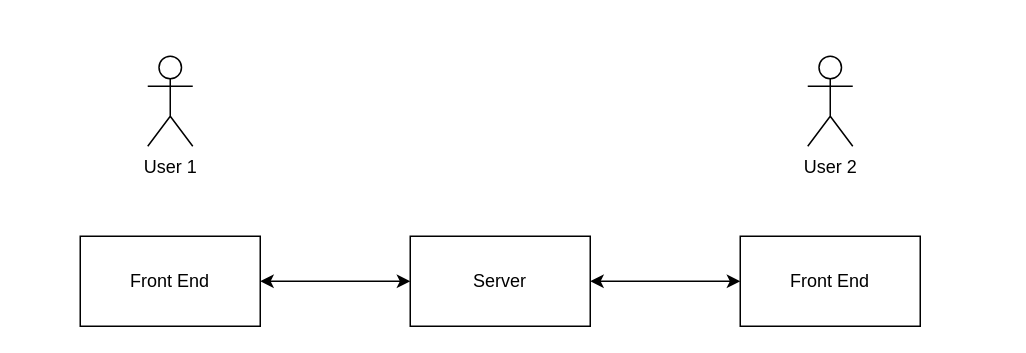
This is Collab.drawio from shaniceng/DrawIODiagrams, a draw.io file, before an edit. Source tidied: cells renumbered, new cells numbered last; positions are measured from the earlier drawing's top-left corner, leaving out a move shared by most shapes. Both pictures are drawn from the tidied source at 150%, with x=0, y=0 at pixel (80, 56).
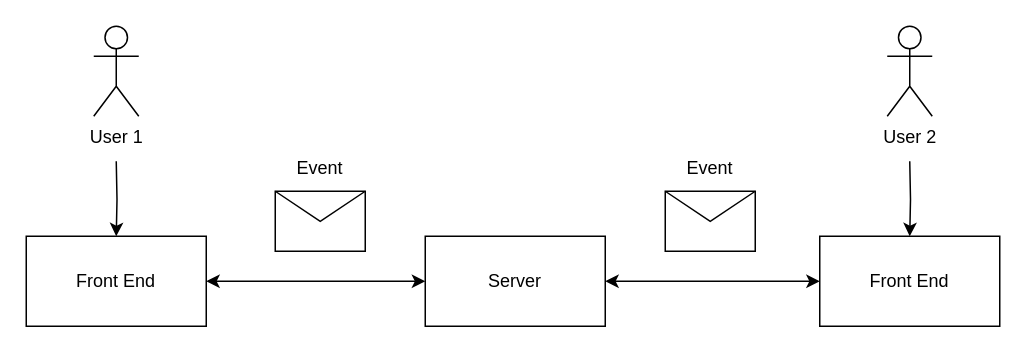
After the change.

Diff of the diagram source:
```diff
@@
 <mxGraphModel>
   <root>
     <mxCell id="0" />
     <mxCell id="1" parent="0" />
     <mxCell id="2" style="edgeStyle=orthogonalEdgeStyle;rounded=0;jettySize=auto;html=1;entryX=0;entryY=0.5;entryDx=0;entryDy=0;startArrow=classic;startFill=1;" parent="1" edge="1" source="3" target="6">
       <mxGeometry relative="1" as="geometry" />
     </mxCell>
     <mxCell id="3" value="Front End" style="rounded=0;whiteSpace=wrap;html=1;" parent="1" vertex="1">
-      <mxGeometry y="120" width="120" height="60" as="geometry" />
+      <mxGeometry x="-36" y="120" width="120" height="60" as="geometry" />
     </mxCell>
     <mxCell id="4" value="Front End" style="rounded=0;whiteSpace=wrap;html=1;" parent="1" vertex="1">
-      <mxGeometry x="440" y="120" width="120" height="60" as="geometry" />
+      <mxGeometry x="493" y="120" width="120" height="60" as="geometry" />
     </mxCell>
-    <mxCell id="5" style="edgeStyle=orthogonalEdgeStyle;rounded=0;jettySize=auto;html=1;entryX=0;entryY=0.5;entryDx=0;entryDy=0;startArrow=classic;startFill=1;" parent="1" edge="1" source="6" target="4">
+    <mxCell id="5" style="edgeStyle=orthogonalEdgeStyle;rounded=0;jettySize=auto;html=1;entryX=0;entryY=0.5;entryDx=0;entryDy=0;startArrow=classic;startFill=1;exitX=1;exitY=0.5;exitDx=0;exitDy=0;" parent="1" edge="1" source="6" target="4">
       <mxGeometry relative="1" as="geometry" />
     </mxCell>
+    <mxCell id="9" style="edgeStyle=orthogonalEdgeStyle;rounded=0;jettySize=auto;html=1;entryX=0.5;entryY=0;entryDx=0;entryDy=0;" parent="1" edge="1" target="3">
+      <mxGeometry relative="1" as="geometry">
+        <mxPoint x="24" y="70" as="sourcePoint" />
+      </mxGeometry>
+    </mxCell>
+    <mxCell id="7" value="User 1" style="shape=umlActor;verticalLabelPosition=bottom;verticalAlign=top;html=1;" parent="1" vertex="1">
+      <mxGeometry x="9" y="-20" width="30" height="60" as="geometry" />
+    </mxCell>
+    <mxCell id="10" style="edgeStyle=orthogonalEdgeStyle;rounded=0;jettySize=auto;html=1;entryX=0.5;entryY=0;entryDx=0;entryDy=0;" parent="1" edge="1" target="4">
+      <mxGeometry relative="1" as="geometry">
+        <mxPoint x="553" y="70" as="sourcePoint" />
+      </mxGeometry>
+    </mxCell>
+    <mxCell id="8" value="User 2" style="shape=umlActor;verticalLabelPosition=bottom;verticalAlign=top;html=1;" parent="1" vertex="1">
+      <mxGeometry x="538" y="-20" width="30" height="60" as="geometry" />
+    </mxCell>
     <mxCell id="6" value="Server" style="rounded=0;whiteSpace=wrap;html=1;" parent="1" vertex="1">
-      <mxGeometry x="220" y="120" width="120" height="60" as="geometry" />
+      <mxGeometry x="230" y="120" width="120" height="60" as="geometry" />
     </mxCell>
-    <mxCell id="7" value="User 1" style="shape=umlActor;verticalLabelPosition=bottom;verticalAlign=top;html=1;" parent="1" vertex="1">
-      <mxGeometry x="45" width="30" height="60" as="geometry" />
-    </mxCell>
-    <mxCell id="8" value="User 2" style="shape=umlActor;verticalLabelPosition=bottom;verticalAlign=top;html=1;" parent="1" vertex="1">
-      <mxGeometry x="485" width="30" height="60" as="geometry" />
-    </mxCell>
+    <mxCell id="11" style="shape=message;html=1;html=1;labelPosition=center;verticalLabelPosition=bottom;align=center;verticalAlign=top;" parent="1" vertex="1">
+      <mxGeometry x="130" y="90" width="60" height="40" as="geometry" />
+    </mxCell>
+    <mxCell id="12" style="shape=message;html=1;html=1;labelPosition=center;verticalLabelPosition=bottom;align=center;verticalAlign=top;" parent="1" vertex="1">
+      <mxGeometry x="390" y="90" width="60" height="40" as="geometry" />
+    </mxCell>
+    <mxCell id="13" value="Event" style="text;html=1;strokeColor=none;fillColor=none;align=center;verticalAlign=middle;whiteSpace=wrap;rounded=0;" parent="1" vertex="1">
+      <mxGeometry x="130" y="60" width="60" height="30" as="geometry" />
+    </mxCell>
+    <mxCell id="14" value="Event" style="text;html=1;strokeColor=none;fillColor=none;align=center;verticalAlign=middle;whiteSpace=wrap;rounded=0;" parent="1" vertex="1">
+      <mxGeometry x="390" y="60" width="60" height="30" as="geometry" />
+    </mxCell>
   </root>
 </mxGraphModel>
```
